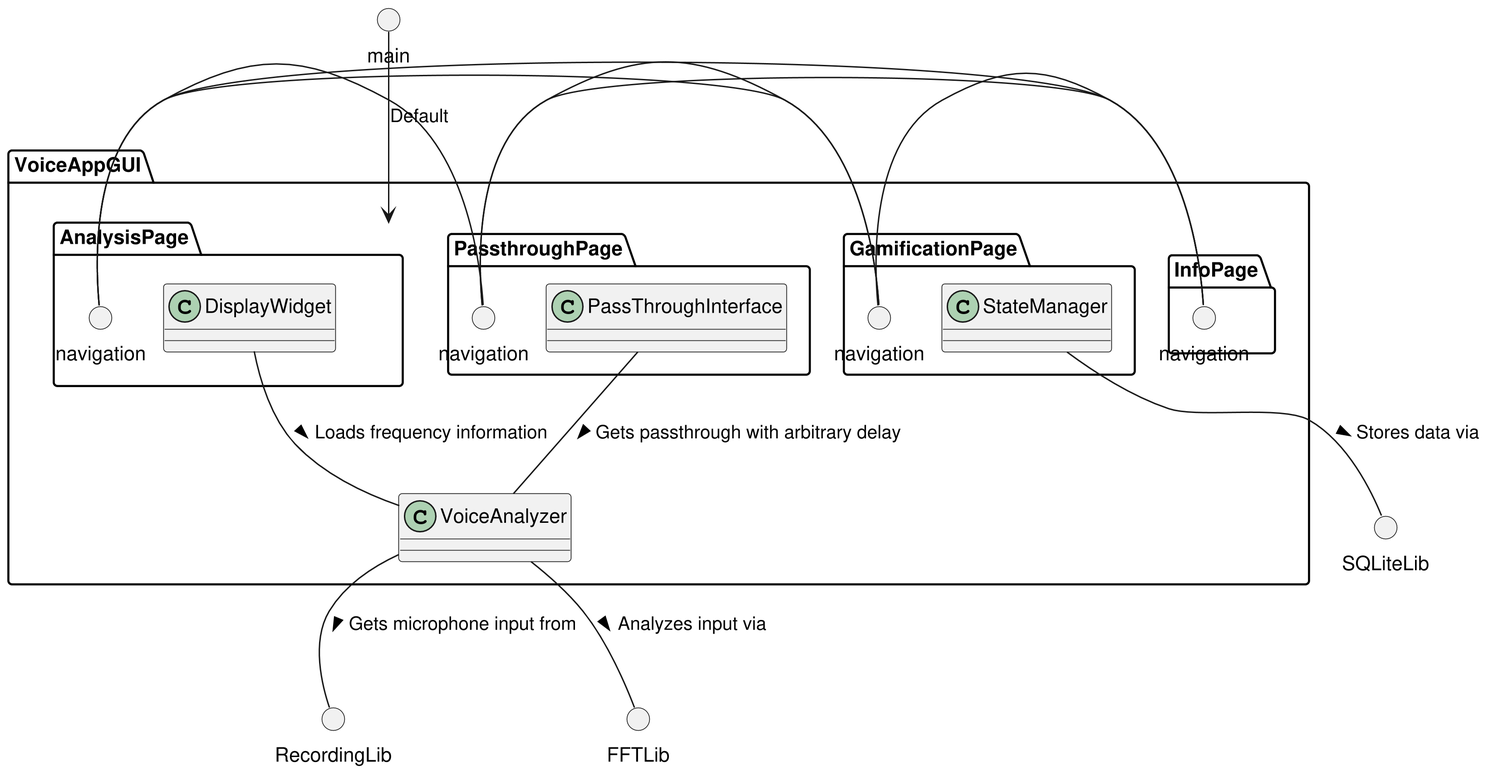
Above: docs/organization.png in jorbDehmel/voice-training-app (PlantUML), before the change. The source it was exported from:
```plantuml
@startuml organization
skinparam dpi 300

() RecordingLib
() FFTLib
() SQLiteLib

package VoiceAppGUI {
    class VoiceAnalyzer {}

    package AnalysisPage {
        class DisplayWidget {}
        () "navigation" as nav1
    }

    package PassthroughPage {
        class PassThroughInterface {}
        () "navigation" as nav2
    }

    package GamificationPage {
        class StateManager {}
        () "navigation" as nav3
    }

    package InfoPage {
        () "navigation" as nav4
    }

    nav1 - nav2
    nav1 - nav3
    nav1 - nav4
    nav2 - nav3
    nav2 - nav4
    nav3 - nav4

    DisplayWidget -- VoiceAnalyzer : Loads frequency information >
    PassThroughInterface -- VoiceAnalyzer : Gets passthrough with arbitrary delay >
}

VoiceAnalyzer -- RecordingLib : Gets microphone input from >
VoiceAnalyzer -- FFTLib : Analyzes input via >
StateManager -- SQLiteLib : Stores data via >

() main
main --> AnalysisPage : Default

@enduml
```
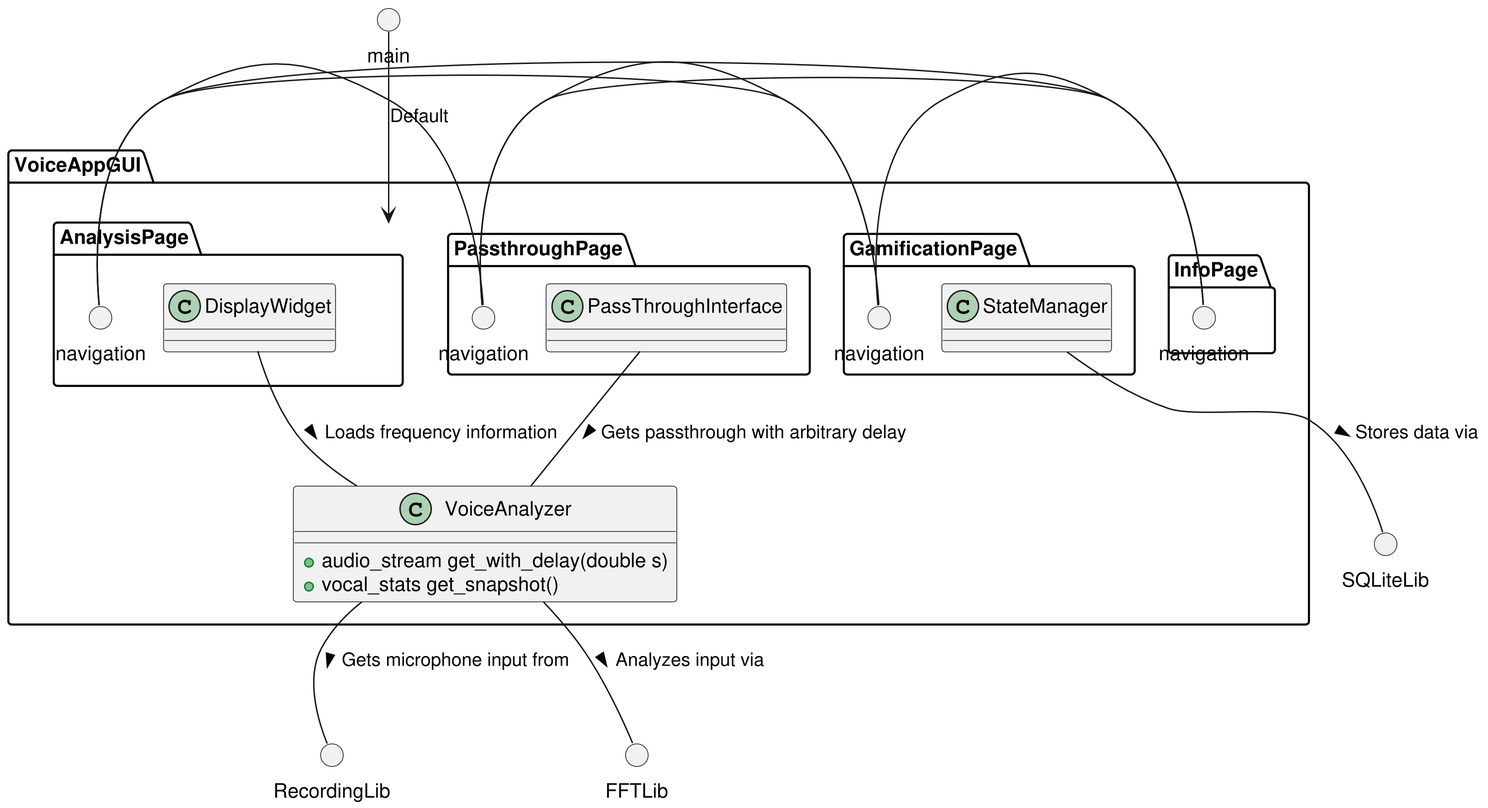
The same file after the commit.

Diff of the diagram source:
```diff
@@ -6,7 +6,10 @@
 () SQLiteLib
 
 package VoiceAppGUI {
-    class VoiceAnalyzer {}
+    class VoiceAnalyzer {
+        + audio_stream get_with_delay(double s)
+        + vocal_stats get_snapshot()
+    }
 
     package AnalysisPage {
         class DisplayWidget {}
```
